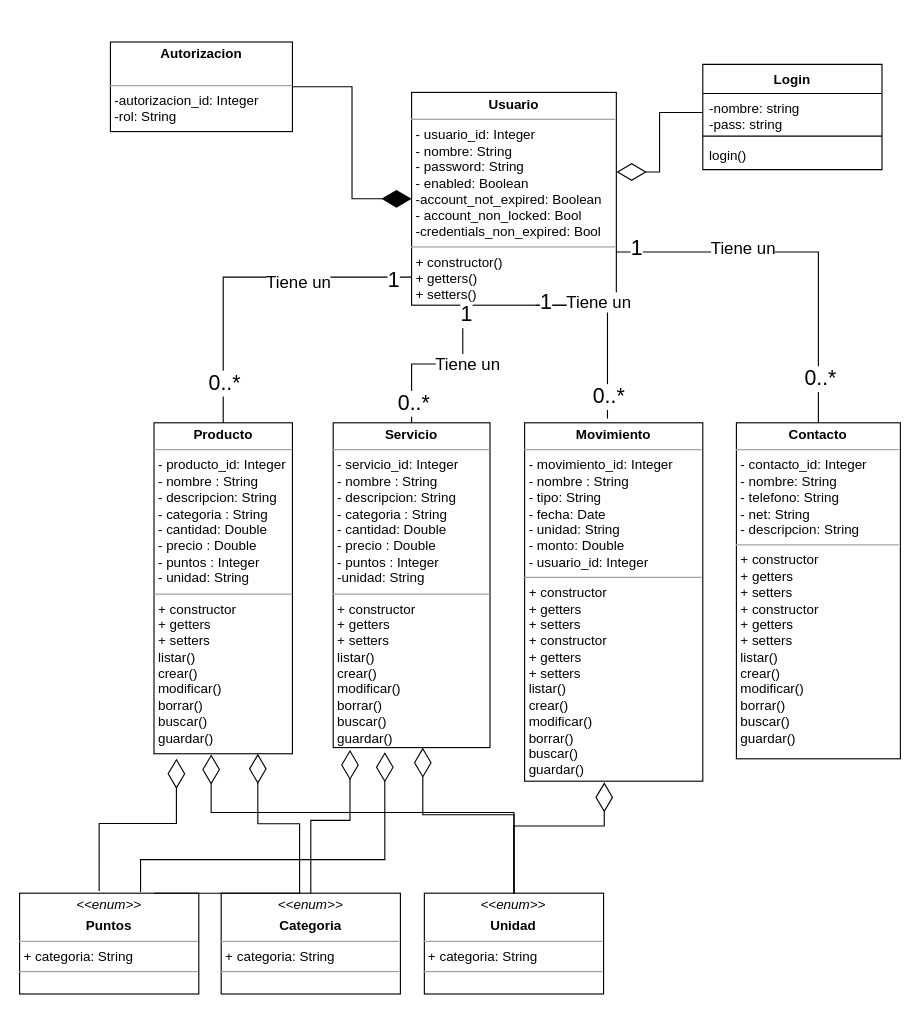
The draw.io diagram page "DETALLE" (2 of 3) of UML TREEECO.drawio in JazminFeliu/APITreeeco, before the edit. Source tidied: cells renumbered, new cells numbered last; positions are measured from the earlier drawing's top-left corner, leaving out a move shared by most shapes. Both pictures are drawn from the tidied source at 112%, with x=0, y=0 at pixel (19, 41).
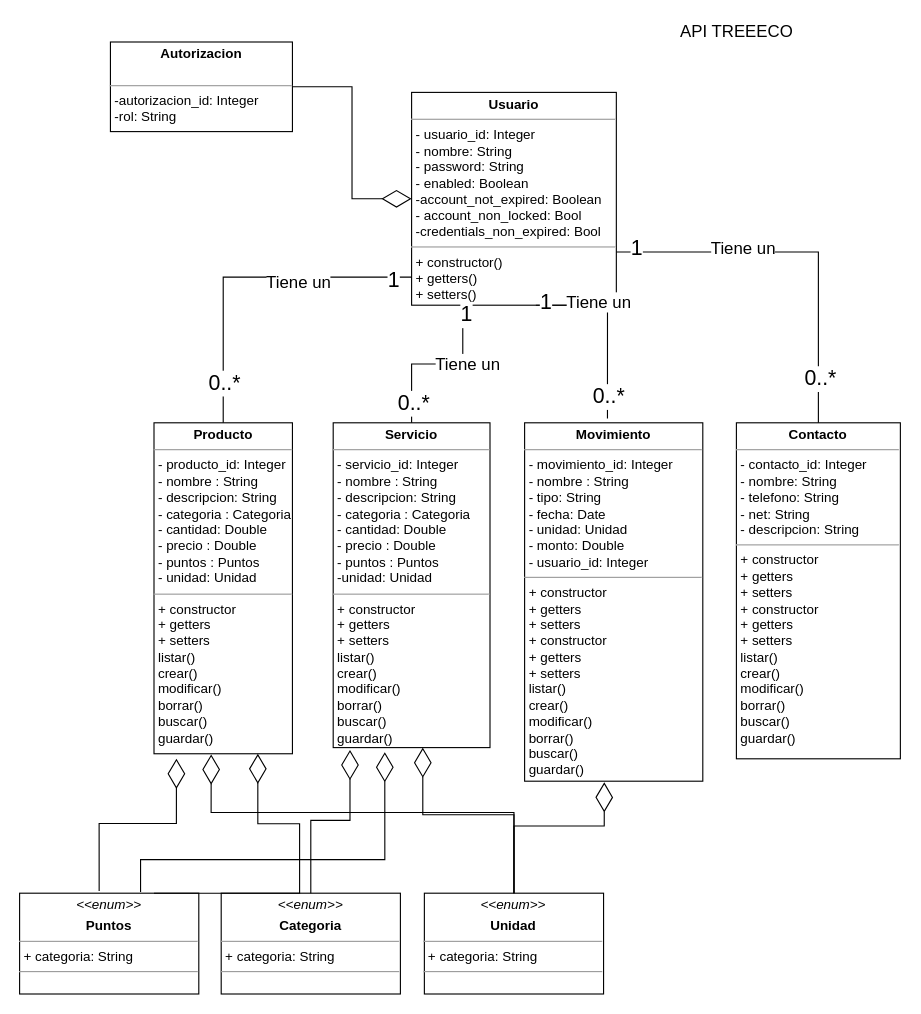
Above is the later version.

Commit message:
Sumo enum en detalle UML TREEECO.drawio

The change refers to these unchanged cells:
```xml
<mxCell id="2" value="&lt;p style=&quot;margin: 0px ; margin-top: 4px ; text-align: center&quot;&gt;&lt;b&gt;Usuario&lt;/b&gt;&lt;/p&gt;&lt;hr size=&quot;1&quot;&gt;&lt;p style=&quot;margin: 0px ; margin-left: 4px&quot;&gt;&lt;span&gt;- usuario_id: Integer&lt;/span&gt;&lt;br&gt;&lt;/p&gt;&lt;p style=&quot;margin: 0px ; margin-left: 4px&quot;&gt;- nombre: String&lt;br&gt;- password: String&lt;br&gt;- enabled: Boolean&lt;br&gt;-account_not_expired: Boolean&lt;br&gt;- account_non_locked: Bool&lt;br&gt;-credentials_non_expired: Bool&lt;/p&gt;&lt;hr size=&quot;1&quot;&gt;&lt;p style=&quot;margin: 0px ; margin-left: 4px&quot;&gt;+ constructor()&amp;nbsp;&lt;/p&gt;&lt;p style=&quot;margin: 0px ; margin-left: 4px&quot;&gt;+ getters()&lt;/p&gt;&lt;p style=&quot;margin: 0px ; margin-left: 4px&quot;&gt;+ setters()&lt;/p&gt;&lt;p style=&quot;margin: 0px ; margin-left: 4px&quot;&gt;&lt;br&gt;&lt;/p&gt;&lt;p style=&quot;margin: 0px ; margin-left: 4px&quot;&gt;&lt;br&gt;&lt;/p&gt;" style="verticalAlign=top;align=left;overflow=fill;fontSize=12;fontFamily=Helvetica;html=1;" parent="1" vertex="1">
  <mxGeometry x="350" y="45" width="182.8" height="190" as="geometry" />
</mxCell>
<mxCell id="3" value="&lt;p style=&quot;margin: 0px ; margin-top: 4px ; text-align: center&quot;&gt;&lt;b&gt;Autorizacion&lt;/b&gt;&lt;/p&gt;&lt;br&gt;&lt;hr size=&quot;1&quot;&gt;&lt;p style=&quot;margin: 0px ; margin-left: 4px&quot;&gt;-autorizacion_id: Integer&lt;br&gt;-rol: String&lt;br&gt;&lt;/p&gt;&lt;p style=&quot;margin: 0px ; margin-left: 4px&quot;&gt;&lt;br&gt;&lt;/p&gt;" style="verticalAlign=top;align=left;overflow=fill;fontSize=12;fontFamily=Helvetica;html=1;" parent="1" vertex="1">
  <mxGeometry x="81.1" width="162.5" height="80" as="geometry" />
</mxCell>
```

Diff of the diagram source:
```diff
@@
-    <mxCell id="4" value="&lt;p style=&quot;margin: 0px ; margin-top: 4px ; text-align: center&quot;&gt;&lt;b&gt;Producto&lt;/b&gt;&lt;/p&gt;&lt;hr size=&quot;1&quot;&gt;&lt;p style=&quot;margin: 0px ; margin-left: 4px&quot;&gt;- producto_id: Integer&lt;/p&gt;&lt;p style=&quot;margin: 0px ; margin-left: 4px&quot;&gt;- nombre : String&lt;/p&gt;&lt;p style=&quot;margin: 0px ; margin-left: 4px&quot;&gt;- descripcion: String&lt;/p&gt;&lt;p style=&quot;margin: 0px ; margin-left: 4px&quot;&gt;- categoria : String&lt;/p&gt;&lt;p style=&quot;margin: 0px ; margin-left: 4px&quot;&gt;-&amp;nbsp;&lt;span&gt;cantidad: Double&lt;/span&gt;&lt;/p&gt;&lt;p style=&quot;margin: 0px ; margin-left: 4px&quot;&gt;- precio : Double&lt;/p&gt;&lt;p style=&quot;margin: 0px ; margin-left: 4px&quot;&gt;- puntos : Integer&lt;br&gt;&lt;/p&gt;&lt;p style=&quot;margin: 0px ; margin-left: 4px&quot;&gt;- unidad: String&lt;/p&gt;&lt;hr size=&quot;1&quot;&gt;&lt;p style=&quot;margin: 0px ; margin-left: 4px&quot;&gt;+ constructor&amp;nbsp;&lt;/p&gt;&lt;p style=&quot;margin: 0px ; margin-left: 4px&quot;&gt;+ getters&lt;/p&gt;&lt;p style=&quot;margin: 0px ; margin-left: 4px&quot;&gt;+ setters&lt;/p&gt;&lt;p style=&quot;margin: 0px ; margin-left: 4px&quot;&gt;&lt;span&gt;listar()&lt;/span&gt;&lt;br&gt;&lt;/p&gt;&lt;p style=&quot;margin: 0px 0px 0px 4px&quot;&gt;crear()&lt;/p&gt;&lt;p style=&quot;margin: 0px 0px 0px 4px&quot;&gt;modificar()&lt;/p&gt;&lt;p style=&quot;margin: 0px 0px 0px 4px&quot;&gt;borrar()&lt;/p&gt;&lt;p style=&quot;margin: 0px 0px 0px 4px&quot;&gt;buscar()&lt;/p&gt;&lt;p style=&quot;margin: 0px 0px 0px 4px&quot;&gt;guardar()&lt;/p&gt;" style="verticalAlign=top;align=left;overflow=fill;fontSize=12;fontFamily=Helvetica;html=1;" parent="1" vertex="1">
+    <mxCell id="4" value="&lt;p style=&quot;margin: 0px ; margin-top: 4px ; text-align: center&quot;&gt;&lt;b&gt;Producto&lt;/b&gt;&lt;/p&gt;&lt;hr size=&quot;1&quot;&gt;&lt;p style=&quot;margin: 0px ; margin-left: 4px&quot;&gt;- producto_id: Integer&lt;/p&gt;&lt;p style=&quot;margin: 0px ; margin-left: 4px&quot;&gt;- nombre : String&lt;/p&gt;&lt;p style=&quot;margin: 0px ; margin-left: 4px&quot;&gt;- descripcion: String&lt;/p&gt;&lt;p style=&quot;margin: 0px ; margin-left: 4px&quot;&gt;- categoria : Categoria&lt;/p&gt;&lt;p style=&quot;margin: 0px ; margin-left: 4px&quot;&gt;-&amp;nbsp;&lt;span&gt;cantidad: Double&lt;/span&gt;&lt;/p&gt;&lt;p style=&quot;margin: 0px ; margin-left: 4px&quot;&gt;- precio : Double&lt;/p&gt;&lt;p style=&quot;margin: 0px ; margin-left: 4px&quot;&gt;- puntos : Puntos&lt;br&gt;&lt;/p&gt;&lt;p style=&quot;margin: 0px ; margin-left: 4px&quot;&gt;- unidad: Unidad&lt;/p&gt;&lt;hr size=&quot;1&quot;&gt;&lt;p style=&quot;margin: 0px ; margin-left: 4px&quot;&gt;+ constructor&amp;nbsp;&lt;/p&gt;&lt;p style=&quot;margin: 0px ; margin-left: 4px&quot;&gt;+ getters&lt;/p&gt;&lt;p style=&quot;margin: 0px ; margin-left: 4px&quot;&gt;+ setters&lt;/p&gt;&lt;p style=&quot;margin: 0px ; margin-left: 4px&quot;&gt;&lt;span&gt;listar()&lt;/span&gt;&lt;br&gt;&lt;/p&gt;&lt;p style=&quot;margin: 0px 0px 0px 4px&quot;&gt;crear()&lt;/p&gt;&lt;p style=&quot;margin: 0px 0px 0px 4px&quot;&gt;modificar()&lt;/p&gt;&lt;p style=&quot;margin: 0px 0px 0px 4px&quot;&gt;borrar()&lt;/p&gt;&lt;p style=&quot;margin: 0px 0px 0px 4px&quot;&gt;buscar()&lt;/p&gt;&lt;p style=&quot;margin: 0px 0px 0px 4px&quot;&gt;guardar()&lt;/p&gt;" style="verticalAlign=top;align=left;overflow=fill;fontSize=12;fontFamily=Helvetica;html=1;" parent="1" vertex="1">
       <mxGeometry x="120" y="340" width="123.6" height="295.5" as="geometry" />
     </mxCell>
-    <mxCell id="5" value="&lt;p style=&quot;margin: 0px ; margin-top: 4px ; text-align: center&quot;&gt;&lt;b&gt;Servicio&lt;/b&gt;&lt;/p&gt;&lt;hr size=&quot;1&quot;&gt;&lt;p style=&quot;margin: 0px ; margin-left: 4px&quot;&gt;- servicio_id: Integer&lt;/p&gt;&lt;p style=&quot;margin: 0px ; margin-left: 4px&quot;&gt;- nombre : String&lt;/p&gt;&lt;p style=&quot;margin: 0px ; margin-left: 4px&quot;&gt;- descripcion: String&lt;/p&gt;&lt;p style=&quot;margin: 0px ; margin-left: 4px&quot;&gt;- categoria : String&lt;/p&gt;&lt;p style=&quot;margin: 0px ; margin-left: 4px&quot;&gt;&lt;span&gt;- cantidad: Double&lt;/span&gt;&lt;br&gt;&lt;/p&gt;&lt;p style=&quot;margin: 0px ; margin-left: 4px&quot;&gt;- precio : Doubl&lt;span&gt;e&lt;/span&gt;&lt;/p&gt;&lt;p style=&quot;margin: 0px ; margin-left: 4px&quot;&gt;- puntos : Integer&lt;span&gt;&lt;br&gt;&lt;/span&gt;&lt;/p&gt;&lt;p style=&quot;margin: 0px ; margin-left: 4px&quot;&gt;-unidad: String&lt;/p&gt;&lt;hr size=&quot;1&quot;&gt;&lt;p style=&quot;margin: 0px 0px 0px 4px&quot;&gt;+ constructor&amp;nbsp;&lt;/p&gt;&lt;p style=&quot;margin: 0px 0px 0px 4px&quot;&gt;+ getters&lt;/p&gt;&lt;p style=&quot;margin: 0px 0px 0px 4px&quot;&gt;+ setters&lt;/p&gt;&lt;p style=&quot;margin: 0px 0px 0px 4px&quot;&gt;l&lt;span&gt;istar()&lt;/span&gt;&lt;/p&gt;&lt;p style=&quot;margin: 0px 0px 0px 4px&quot;&gt;crear()&lt;/p&gt;&lt;p style=&quot;margin: 0px 0px 0px 4px&quot;&gt;modificar()&lt;/p&gt;&lt;p style=&quot;margin: 0px 0px 0px 4px&quot;&gt;borrar()&lt;/p&gt;&lt;p style=&quot;margin: 0px 0px 0px 4px&quot;&gt;buscar()&lt;/p&gt;&lt;p style=&quot;margin: 0px 0px 0px 4px&quot;&gt;guardar()&lt;/p&gt;&lt;p style=&quot;margin: 0px ; margin-left: 4px&quot;&gt;&lt;br&gt;&lt;/p&gt;" style="verticalAlign=top;align=left;overflow=fill;fontSize=12;fontFamily=Helvetica;html=1;" parent="1" vertex="1">
+    <mxCell id="5" value="&lt;p style=&quot;margin: 0px ; margin-top: 4px ; text-align: center&quot;&gt;&lt;b&gt;Servicio&lt;/b&gt;&lt;/p&gt;&lt;hr size=&quot;1&quot;&gt;&lt;p style=&quot;margin: 0px ; margin-left: 4px&quot;&gt;- servicio_id: Integer&lt;/p&gt;&lt;p style=&quot;margin: 0px ; margin-left: 4px&quot;&gt;- nombre : String&lt;/p&gt;&lt;p style=&quot;margin: 0px ; margin-left: 4px&quot;&gt;- descripcion: String&lt;/p&gt;&lt;p style=&quot;margin: 0px ; margin-left: 4px&quot;&gt;- categoria : Categoria&lt;/p&gt;&lt;p style=&quot;margin: 0px ; margin-left: 4px&quot;&gt;&lt;span&gt;- cantidad: Double&lt;/span&gt;&lt;br&gt;&lt;/p&gt;&lt;p style=&quot;margin: 0px ; margin-left: 4px&quot;&gt;- precio : Doubl&lt;span&gt;e&lt;/span&gt;&lt;/p&gt;&lt;p style=&quot;margin: 0px ; margin-left: 4px&quot;&gt;- puntos : Puntos&lt;span&gt;&lt;br&gt;&lt;/span&gt;&lt;/p&gt;&lt;p style=&quot;margin: 0px ; margin-left: 4px&quot;&gt;-unidad: Unidad&lt;/p&gt;&lt;hr size=&quot;1&quot;&gt;&lt;p style=&quot;margin: 0px 0px 0px 4px&quot;&gt;+ constructor&amp;nbsp;&lt;/p&gt;&lt;p style=&quot;margin: 0px 0px 0px 4px&quot;&gt;+ getters&lt;/p&gt;&lt;p style=&quot;margin: 0px 0px 0px 4px&quot;&gt;+ setters&lt;/p&gt;&lt;p style=&quot;margin: 0px 0px 0px 4px&quot;&gt;l&lt;span&gt;istar()&lt;/span&gt;&lt;/p&gt;&lt;p style=&quot;margin: 0px 0px 0px 4px&quot;&gt;crear()&lt;/p&gt;&lt;p style=&quot;margin: 0px 0px 0px 4px&quot;&gt;modificar()&lt;/p&gt;&lt;p style=&quot;margin: 0px 0px 0px 4px&quot;&gt;borrar()&lt;/p&gt;&lt;p style=&quot;margin: 0px 0px 0px 4px&quot;&gt;buscar()&lt;/p&gt;&lt;p style=&quot;margin: 0px 0px 0px 4px&quot;&gt;guardar()&lt;/p&gt;&lt;p style=&quot;margin: 0px ; margin-left: 4px&quot;&gt;&lt;br&gt;&lt;/p&gt;" style="verticalAlign=top;align=left;overflow=fill;fontSize=12;fontFamily=Helvetica;html=1;" parent="1" vertex="1">
       <mxGeometry x="280" y="340" width="140" height="290" as="geometry" />
     </mxCell>
-    <mxCell id="6" value="&lt;p style=&quot;margin: 0px ; margin-top: 4px ; text-align: center&quot;&gt;&lt;b&gt;Movimiento&lt;/b&gt;&lt;/p&gt;&lt;hr size=&quot;1&quot;&gt;&lt;p style=&quot;margin: 0px ; margin-left: 4px&quot;&gt;- movimiento_id: Integer&lt;/p&gt;&lt;p style=&quot;margin: 0px ; margin-left: 4px&quot;&gt;- nombre : String&lt;/p&gt;&lt;p style=&quot;margin: 0px ; margin-left: 4px&quot;&gt;- tipo: String&lt;br&gt;&lt;/p&gt;&lt;p style=&quot;margin: 0px ; margin-left: 4px&quot;&gt;- fecha: Date&lt;/p&gt;&lt;p style=&quot;margin: 0px ; margin-left: 4px&quot;&gt;- unidad: String&lt;/p&gt;&lt;p style=&quot;margin: 0px ; margin-left: 4px&quot;&gt;- monto: Double&lt;/p&gt;&lt;p style=&quot;margin: 0px ; margin-left: 4px&quot;&gt;- usuario_id: Integer&lt;/p&gt;&lt;hr size=&quot;1&quot;&gt;&lt;p style=&quot;margin: 0px ; margin-left: 4px&quot;&gt;+ constructor&amp;nbsp;&lt;/p&gt;&lt;p style=&quot;margin: 0px ; margin-left: 4px&quot;&gt;+ getters&lt;/p&gt;&lt;p style=&quot;margin: 0px ; margin-left: 4px&quot;&gt;+ setters&lt;/p&gt;&lt;p style=&quot;margin: 0px 0px 0px 4px&quot;&gt;+ constructor&amp;nbsp;&lt;/p&gt;&lt;p style=&quot;margin: 0px 0px 0px 4px&quot;&gt;+ getters&lt;/p&gt;&lt;p style=&quot;margin: 0px 0px 0px 4px&quot;&gt;+ setters&lt;/p&gt;&lt;p style=&quot;margin: 0px 0px 0px 4px&quot;&gt;listar()&lt;br&gt;&lt;/p&gt;&lt;p style=&quot;margin: 0px 0px 0px 4px&quot;&gt;crear()&lt;/p&gt;&lt;p style=&quot;margin: 0px 0px 0px 4px&quot;&gt;modificar()&lt;/p&gt;&lt;p style=&quot;margin: 0px 0px 0px 4px&quot;&gt;borrar()&lt;/p&gt;&lt;p style=&quot;margin: 0px 0px 0px 4px&quot;&gt;buscar()&lt;/p&gt;&lt;p style=&quot;margin: 0px 0px 0px 4px&quot;&gt;guardar()&lt;/p&gt;" style="verticalAlign=top;align=left;overflow=fill;fontSize=12;fontFamily=Helvetica;html=1;" parent="1" vertex="1">
+    <mxCell id="6" value="&lt;p style=&quot;margin: 0px ; margin-top: 4px ; text-align: center&quot;&gt;&lt;b&gt;Movimiento&lt;/b&gt;&lt;/p&gt;&lt;hr size=&quot;1&quot;&gt;&lt;p style=&quot;margin: 0px ; margin-left: 4px&quot;&gt;- movimiento_id: Integer&lt;/p&gt;&lt;p style=&quot;margin: 0px ; margin-left: 4px&quot;&gt;- nombre : String&lt;/p&gt;&lt;p style=&quot;margin: 0px ; margin-left: 4px&quot;&gt;- tipo: String&lt;br&gt;&lt;/p&gt;&lt;p style=&quot;margin: 0px ; margin-left: 4px&quot;&gt;- fecha: Date&lt;/p&gt;&lt;p style=&quot;margin: 0px ; margin-left: 4px&quot;&gt;- unidad: Unidad&lt;/p&gt;&lt;p style=&quot;margin: 0px ; margin-left: 4px&quot;&gt;- monto: Double&lt;/p&gt;&lt;p style=&quot;margin: 0px ; margin-left: 4px&quot;&gt;- usuario_id: Integer&lt;/p&gt;&lt;hr size=&quot;1&quot;&gt;&lt;p style=&quot;margin: 0px ; margin-left: 4px&quot;&gt;+ constructor&amp;nbsp;&lt;/p&gt;&lt;p style=&quot;margin: 0px ; margin-left: 4px&quot;&gt;+ getters&lt;/p&gt;&lt;p style=&quot;margin: 0px ; margin-left: 4px&quot;&gt;+ setters&lt;/p&gt;&lt;p style=&quot;margin: 0px 0px 0px 4px&quot;&gt;+ constructor&amp;nbsp;&lt;/p&gt;&lt;p style=&quot;margin: 0px 0px 0px 4px&quot;&gt;+ getters&lt;/p&gt;&lt;p style=&quot;margin: 0px 0px 0px 4px&quot;&gt;+ setters&lt;/p&gt;&lt;p style=&quot;margin: 0px 0px 0px 4px&quot;&gt;listar()&lt;br&gt;&lt;/p&gt;&lt;p style=&quot;margin: 0px 0px 0px 4px&quot;&gt;crear()&lt;/p&gt;&lt;p style=&quot;margin: 0px 0px 0px 4px&quot;&gt;modificar()&lt;/p&gt;&lt;p style=&quot;margin: 0px 0px 0px 4px&quot;&gt;borrar()&lt;/p&gt;&lt;p style=&quot;margin: 0px 0px 0px 4px&quot;&gt;buscar()&lt;/p&gt;&lt;p style=&quot;margin: 0px 0px 0px 4px&quot;&gt;guardar()&lt;/p&gt;" style="verticalAlign=top;align=left;overflow=fill;fontSize=12;fontFamily=Helvetica;html=1;" parent="1" vertex="1">
       <mxGeometry x="450.9" y="340" width="159.1" height="320" as="geometry" />
     </mxCell>
@@
-    <mxCell id="8" style="endArrow=diamondThin;endFill=1;endSize=24;html=1;rounded=0;exitX=1;exitY=0.5;exitDx=0;exitDy=0;entryX=0;entryY=0.5;entryDx=0;entryDy=0;edgeStyle=orthogonalEdgeStyle;" parent="1" edge="1" source="3" target="2">
-      <mxGeometry relative="1" as="geometry" />
-    </mxCell>
-    <mxCell id="9" value="Login" style="swimlane;fontStyle=1;align=center;verticalAlign=top;horizontal=1;startSize=26;" parent="1" vertex="1">
-      <mxGeometry x="610" y="20" width="160" height="94" as="geometry" />
-    </mxCell>
-    <mxCell id="10" value="-nombre: string&#10;-pass: string" style="text;strokeColor=none;fillColor=none;align=left;verticalAlign=top;spacingLeft=4;spacingRight=4;overflow=hidden;points=[[0,0.5],[1,0.5]];portConstraint=eastwest;" parent="9" vertex="1">
-      <mxGeometry y="26" width="160" height="34" as="geometry" />
-    </mxCell>
-    <mxCell id="11" style="line;strokeWidth=1;fillColor=none;align=left;verticalAlign=middle;spacingTop=-1;spacingLeft=3;spacingRight=3;labelPosition=right;" parent="9" vertex="1">
-      <mxGeometry y="60" width="160" height="8" as="geometry" />
-    </mxCell>
-    <mxCell id="12" value="login()" style="text;strokeColor=none;fillColor=none;align=left;verticalAlign=top;spacingLeft=4;spacingRight=4;overflow=hidden;" parent="9" vertex="1">
-      <mxGeometry y="68" width="160" height="26" as="geometry" />
-    </mxCell>
@@
-    <mxCell id="30" style="endArrow=diamondThin;endFill=0;endSize=24;html=1;rounded=0;fontSize=15;exitX=0;exitY=0.5;exitDx=0;exitDy=0;entryX=1.001;entryY=0.374;entryDx=0;entryDy=0;entryPerimeter=0;edgeStyle=orthogonalEdgeStyle;" parent="1" edge="1" source="10" target="2">
-      <mxGeometry relative="1" as="geometry" />
-    </mxCell>
@@
+    <mxCell id="8" style="endArrow=diamondThin;endFill=0;endSize=24;html=1;rounded=0;fontSize=15;exitX=1;exitY=0.5;exitDx=0;exitDy=0;entryX=0;entryY=0.5;entryDx=0;entryDy=0;edgeStyle=orthogonalEdgeStyle;" parent="1" edge="1" source="3" target="2">
+      <mxGeometry relative="1" as="geometry" />
+    </mxCell>
+    <mxCell id="40" value="API TREEECO" style="text;html=1;align=center;verticalAlign=middle;strokeColor=none;fillColor=none;fontSize=15;" parent="1" vertex="1">
+      <mxGeometry x="580" y="-20" width="120" height="20" as="geometry" />
+    </mxCell>
```
